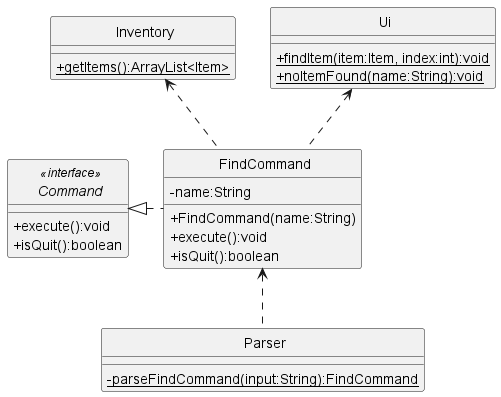
The PlantUML diagram docs/uml-diagrams/FindCommandClass.png in rismm/tp, before a commit.
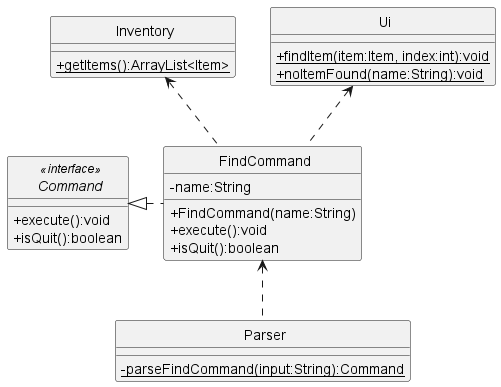
After the change.

Diff of the diagram source:
```diff
@@ -36,6 +36,6 @@
 }
 
 class Parser {
-    {static}-parseFindCommand(input:String):FindCommand
+    {static}-parseFindCommand(input:String):Command
 }
 @enduml
```
